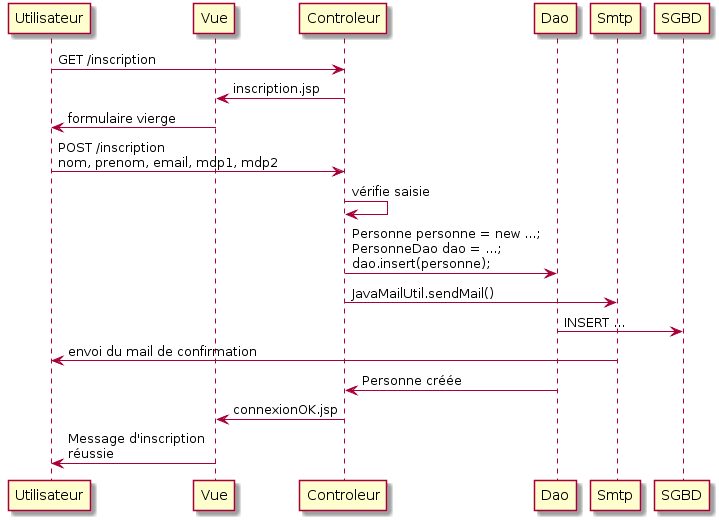
This is doc/sd_inscription.png from michel-plasse/SIOMassy2020, a PlantUML export, as it was before one commit.
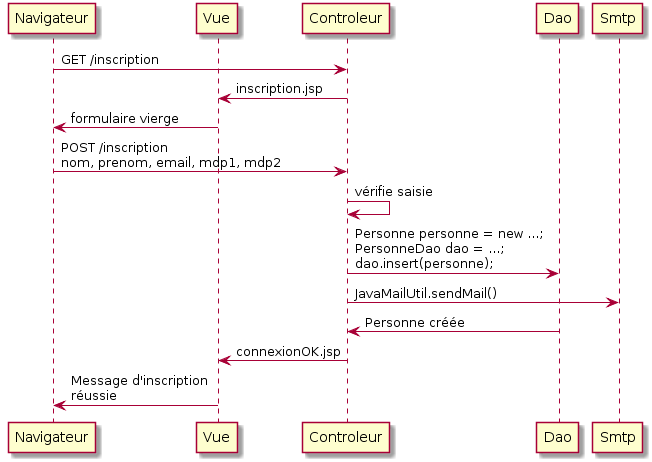
The same diagram one commit later.

Commit message:
commit 4 : modification dossier "doc" dans files , correction du diagramme de séquence lié à la fonctionnalité inscrption

Diff of the diagram source:
```diff
@@ -1,17 +1,17 @@
 @startuml
-participant Utilisateur
+participant Navigateur
 participant Vue
 
-Utilisateur-> Controleur: GET /inscription
+Navigateur-> Controleur: GET /inscription
 Controleur -> Vue: inscription.jsp
-Vue -> Utilisateur: formulaire vierge
-Utilisateur-> Controleur: POST /inscription\nnom, prenom, email, mdp1, mdp2
+Vue -> Navigateur: formulaire vierge
+Navigateur-> Controleur: POST /inscription\nnom, prenom, email, mdp1, mdp2
 Controleur -> Controleur: vérifie saisie
 Controleur -> Dao: Personne personne = new ...;\nPersonneDao dao = ...;\ndao.insert(personne);
 Controleur -> Smtp: JavaMailUtil.sendMail()
-Dao -> SGBD: INSERT ...
-Smtp -> Utilisateur: envoi du mail de confirmation
+
+
 Dao -> Controleur: Personne créée
 Controleur -> Vue: connexionOK.jsp
-Vue -> Utilisateur: Message d'inscription \nréussie
+Vue -> Navigateur: Message d'inscription \nréussie
 @enduml
```
